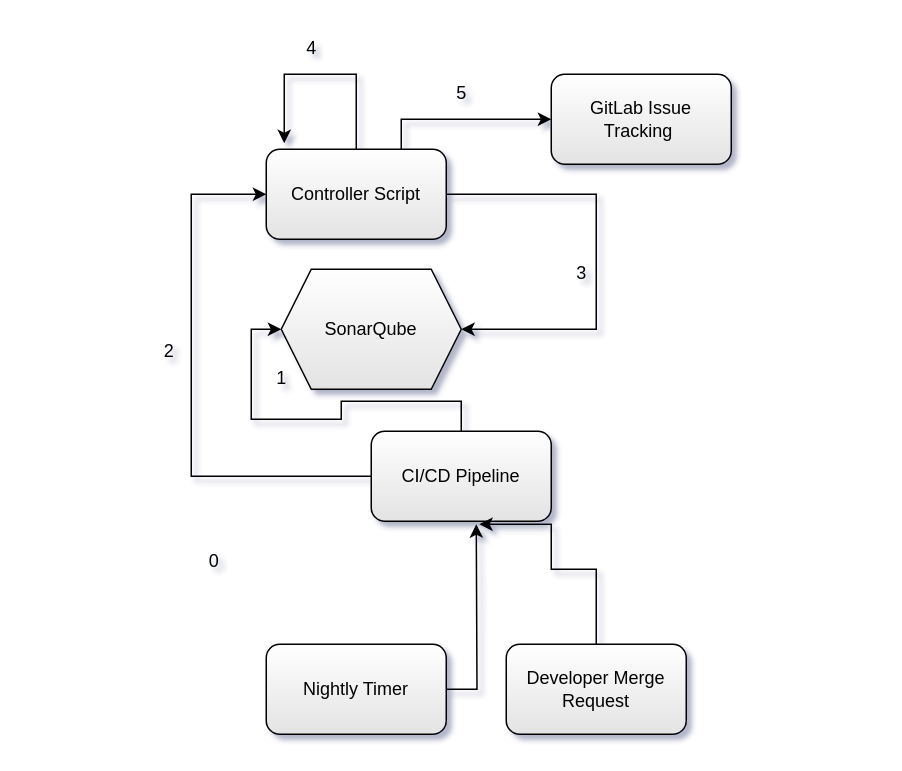
Earlier version of the draw.io diagram OrgXConfigDiagramEnhanced.drawio (zwadhams/SonarQubeJunk). Source tidied: cells renumbered, new cells numbered last; positions are measured from the earlier drawing's top-left corner, leaving out a move shared by most shapes. Both pictures are drawn from the tidied source at 150%, with x=0, y=0 at pixel (146, 26). Pictures stored in the file or linked from it are replaced by grey dashed boxes.
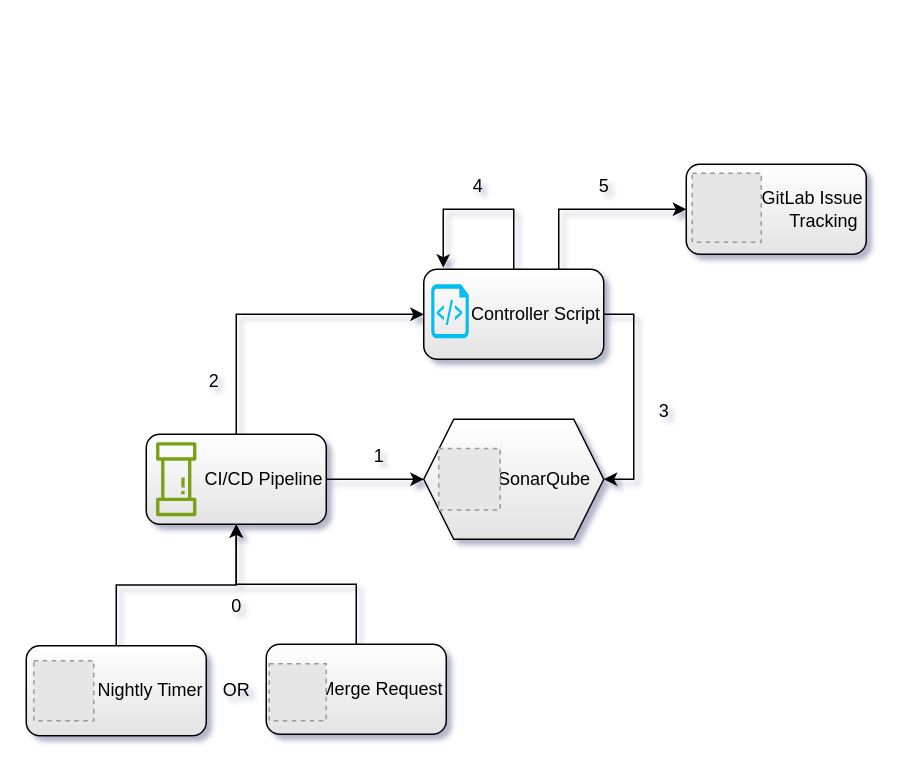
The same diagram, later.

Diff of the diagram source:
```diff
@@
-    <mxCell id="2" value="SonarQube" style="shape=hexagon;perimeter=hexagonPerimeter2;whiteSpace=wrap;html=1;fixedSize=1;gradientColor=#E3E3E3;" parent="1" vertex="1">
-      <mxGeometry x="90" y="162" width="120" height="80" as="geometry" />
+    <mxCell id="2" value="SonarQube&amp;nbsp;&amp;nbsp;" style="shape=hexagon;perimeter=hexagonPerimeter2;whiteSpace=wrap;html=1;fixedSize=1;gradientColor=#E3E3E3;align=right;" parent="1" vertex="1">
+      <mxGeometry x="185" y="262" width="120" height="80" as="geometry" />
     </mxCell>
-    <mxCell id="3" style="edgeStyle=orthogonalEdgeStyle;rounded=0;jettySize=auto;html=1;entryX=1;entryY=0.5;entryDx=0;entryDy=0;" parent="1" edge="1" source="5" target="2">
-      <mxGeometry relative="1" as="geometry">
-        <Array as="points">
-          <mxPoint x="300" y="112" />
-          <mxPoint x="300" y="202" />
-        </Array>
-      </mxGeometry>
+    <mxCell id="3" style="edgeStyle=orthogonalEdgeStyle;rounded=0;jettySize=auto;html=1;entryX=1;entryY=0.5;entryDx=0;entryDy=0;exitX=1;exitY=0.5;exitDx=0;exitDy=0;" parent="1" edge="1" source="5" target="2">
+      <mxGeometry relative="1" as="geometry" />
     </mxCell>
+    <mxCell id="9" style="edgeStyle=orthogonalEdgeStyle;rounded=0;orthogonalLoop=1;jettySize=auto;html=1;entryX=0.108;entryY=-0.017;entryDx=0;entryDy=0;entryPerimeter=0;" parent="1" edge="1" source="5" target="5">
+      <mxGeometry relative="1" as="geometry">
+        <Array as="points">
+          <mxPoint x="245" y="122" />
+          <mxPoint x="198" y="122" />
+        </Array>
+      </mxGeometry>
+    </mxCell>
@@
-    <mxCell id="5" value="Controller Script" style="rounded=1;whiteSpace=wrap;html=1;gradientColor=#E3E3E3;" parent="1" vertex="1">
-      <mxGeometry x="80" y="82" width="120" height="60" as="geometry" />
+    <mxCell id="5" value="Controller Script" style="rounded=1;whiteSpace=wrap;html=1;gradientColor=#E3E3E3;align=right;" parent="1" vertex="1">
+      <mxGeometry x="185" y="162" width="120" height="60" as="geometry" />
     </mxCell>
+    <mxCell id="7" style="edgeStyle=orthogonalEdgeStyle;rounded=0;jettySize=auto;html=1;entryX=0;entryY=0.5;entryDx=0;entryDy=0;" parent="1" edge="1" source="8" target="2">
+      <mxGeometry relative="1" as="geometry" />
+    </mxCell>
-    <mxCell id="6" style="edgeStyle=orthogonalEdgeStyle;rounded=0;jettySize=auto;html=1;entryX=0;entryY=0.5;entryDx=0;entryDy=0;" parent="1" edge="1" source="8" target="5">
-      <mxGeometry relative="1" as="geometry">
-        <Array as="points">
-          <mxPoint x="30" y="112" />
-        </Array>
-      </mxGeometry>
+    <mxCell id="6" style="edgeStyle=orthogonalEdgeStyle;rounded=0;jettySize=auto;html=1;entryX=0;entryY=0.5;entryDx=0;entryDy=0;exitX=0.5;exitY=0;exitDx=0;exitDy=0;" parent="1" edge="1" source="8" target="5">
+      <mxGeometry relative="1" as="geometry" />
     </mxCell>
-    <mxCell id="7" style="edgeStyle=orthogonalEdgeStyle;rounded=0;jettySize=auto;html=1;entryX=0;entryY=0.5;entryDx=0;entryDy=0;" parent="1" edge="1" source="8" target="2">
-      <mxGeometry relative="1" as="geometry" />
-    </mxCell>
-    <mxCell id="8" value="CI/CD Pipeline" style="rounded=1;whiteSpace=wrap;html=1;gradientColor=#E3E3E3;" parent="1" vertex="1">
-      <mxGeometry x="150" y="270" width="120" height="60" as="geometry" />
+    <mxCell id="8" value="CI/CD Pipeline" style="rounded=1;whiteSpace=wrap;html=1;gradientColor=#E3E3E3;align=right;" parent="1" vertex="1">
+      <mxGeometry y="272" width="120" height="60" as="geometry" />
     </mxCell>
-    <mxCell id="9" style="edgeStyle=orthogonalEdgeStyle;rounded=0;orthogonalLoop=1;jettySize=auto;html=1;entryX=0.1;entryY=-0.067;entryDx=0;entryDy=0;entryPerimeter=0;" parent="1" edge="1" source="5" target="5">
-      <mxGeometry relative="1" as="geometry">
-        <Array as="points">
-          <mxPoint x="140" y="32" />
-          <mxPoint x="92" y="32" />
-        </Array>
-      </mxGeometry>
-    </mxCell>
-    <mxCell id="10" value="GitLab Issue Tracking&amp;nbsp;" style="rounded=1;whiteSpace=wrap;html=1;gradientColor=#E3E3E3;" parent="1" vertex="1">
-      <mxGeometry x="270" y="32" width="120" height="60" as="geometry" />
+    <mxCell id="10" value="GitLab Issue Tracking&amp;nbsp;" style="rounded=1;whiteSpace=wrap;html=1;gradientColor=#E3E3E3;align=right;" parent="1" vertex="1">
+      <mxGeometry x="360" y="92" width="120" height="60" as="geometry" />
     </mxCell>
-    <mxCell id="11" style="edgeStyle=orthogonalEdgeStyle;rounded=0;jettySize=auto;html=1;" parent="1" edge="1" source="12">
-      <mxGeometry relative="1" as="geometry">
-        <mxPoint x="220" y="332" as="targetPoint" />
-      </mxGeometry>
-    </mxCell>
+    <mxCell id="21" style="edgeStyle=orthogonalEdgeStyle;rounded=0;jettySize=auto;html=1;entryX=0.5;entryY=1;entryDx=0;entryDy=0;" parent="1" edge="1" source="12" target="8">
+      <mxGeometry relative="1" as="geometry" />
+    </mxCell>
-    <mxCell id="12" value="Nightly Timer" style="rounded=1;whiteSpace=wrap;html=1;gradientColor=#E3E3E3;" parent="1" vertex="1">
-      <mxGeometry x="80" y="412" width="120" height="60" as="geometry" />
+    <mxCell id="12" value="Nightly Timer" style="rounded=1;whiteSpace=wrap;html=1;gradientColor=#E3E3E3;align=right;" parent="1" vertex="1">
+      <mxGeometry x="-80" y="413" width="120" height="60" as="geometry" />
     </mxCell>
-    <mxCell id="13" style="edgeStyle=orthogonalEdgeStyle;rounded=0;jettySize=auto;html=1;entryX=0.6;entryY=1.033;entryDx=0;entryDy=0;entryPerimeter=0;" parent="1" edge="1" source="14" target="8">
-      <mxGeometry relative="1" as="geometry">
-        <Array as="points">
-          <mxPoint x="300" y="362" />
-          <mxPoint x="270" y="362" />
-          <mxPoint x="270" y="332" />
-        </Array>
-      </mxGeometry>
+    <mxCell id="13" style="edgeStyle=orthogonalEdgeStyle;rounded=0;jettySize=auto;html=1;entryX=0.5;entryY=1;entryDx=0;entryDy=0;" parent="1" edge="1" source="14" target="8">
+      <mxGeometry relative="1" as="geometry" />
     </mxCell>
-    <mxCell id="14" value="Developer Merge Request" style="rounded=1;whiteSpace=wrap;html=1;gradientColor=#E3E3E3;" parent="1" vertex="1">
-      <mxGeometry x="240" y="412" width="120" height="60" as="geometry" />
+    <mxCell id="14" value="Merge Request" style="rounded=1;whiteSpace=wrap;html=1;gradientColor=#E3E3E3;align=right;" parent="1" vertex="1">
+      <mxGeometry x="80" y="412" width="120" height="60" as="geometry" />
     </mxCell>
     <mxCell id="15" value="0" style="text;html=1;align=center;verticalAlign=middle;strokeColor=none;fillColor=none;" parent="1" vertex="1">
-      <mxGeometry x="30" y="342" width="30" height="30" as="geometry" />
+      <mxGeometry x="45" y="372" width="30" height="30" as="geometry" />
     </mxCell>
     <mxCell id="16" value="2" style="text;html=1;align=center;verticalAlign=middle;strokeColor=none;fillColor=none;" parent="1" vertex="1">
-      <mxGeometry y="202" width="30" height="30" as="geometry" />
+      <mxGeometry x="30" y="222" width="30" height="30" as="geometry" />
     </mxCell>
     <mxCell id="17" value="1" style="text;html=1;align=center;verticalAlign=middle;strokeColor=none;fillColor=none;" parent="1" vertex="1">
-      <mxGeometry x="75" y="220" width="30" height="30" as="geometry" />
+      <mxGeometry x="140" y="272" width="30" height="30" as="geometry" />
     </mxCell>
     <mxCell id="18" value="3" style="text;html=1;align=center;verticalAlign=middle;strokeColor=none;fillColor=none;" parent="1" vertex="1">
-      <mxGeometry x="275" y="150" width="30" height="30" as="geometry" />
+      <mxGeometry x="330" y="242" width="30" height="30" as="geometry" />
     </mxCell>
     <mxCell id="19" value="4" style="text;html=1;align=center;verticalAlign=middle;strokeColor=none;fillColor=none;" parent="1" vertex="1">
-      <mxGeometry x="95" width="30" height="30" as="geometry" />
+      <mxGeometry x="206" y="92" width="30" height="30" as="geometry" />
     </mxCell>
     <mxCell id="20" value="5" style="text;html=1;align=center;verticalAlign=middle;strokeColor=none;fillColor=none;" parent="1" vertex="1">
-      <mxGeometry x="195" y="30" width="30" height="30" as="geometry" />
+      <mxGeometry x="290" y="92" width="30" height="30" as="geometry" />
     </mxCell>
+    <mxCell id="22" style="fillColor=#E6E6E6;strokeColor=#999999;dashed=1;html=1;verticalAlign=top;verticalLabelPosition=bottom;labelBackgroundColor=#ffffff;" parent="1" vertex="1">
+      <mxGeometry x="82" y="425" width="38" height="38" as="geometry" />
+    </mxCell>
+    <mxCell id="23" style="fillColor=#E6E6E6;strokeColor=#999999;dashed=1;html=1;verticalAlign=top;verticalLabelPosition=bottom;labelBackgroundColor=#ffffff;" parent="1" vertex="1">
+      <mxGeometry x="-75" y="423" width="40" height="40" as="geometry" />
+    </mxCell>
+    <mxCell id="24" value="OR" style="text;html=1;align=center;verticalAlign=middle;strokeColor=none;fillColor=none;" parent="1" vertex="1">
+      <mxGeometry x="40" y="428" width="40" height="30" as="geometry" />
+    </mxCell>
+    <mxCell id="25" style="sketch=0;fontColor=#232F3E;gradientColor=none;fillColor=#7AA116;strokeColor=none;dashed=0;verticalLabelPosition=bottom;verticalAlign=top;align=center;html=1;fontSize=12;fontStyle=0;shape=mxgraph.aws4.iot_analytics_pipeline;rotation=90;" parent="1" vertex="1">
+      <mxGeometry x="-5" y="288.5" width="50" height="26.9" as="geometry" />
+    </mxCell>
+    <mxCell id="26" style="fillColor=#E6E6E6;strokeColor=#999999;dashed=1;verticalLabelPosition=bottom;labelBackgroundColor=default;verticalAlign=top;" parent="1" vertex="1">
+      <mxGeometry x="195" y="281.5" width="41" height="41" as="geometry" />
+    </mxCell>
+    <mxCell id="27" style="verticalLabelPosition=bottom;html=1;verticalAlign=top;align=center;strokeColor=none;fillColor=#00BEF2;shape=mxgraph.azure.script_file;" parent="1" vertex="1">
+      <mxGeometry x="190" y="172" width="25" height="36" as="geometry" />
+    </mxCell>
+    <mxCell id="28" style="fillColor=#E6E6E6;strokeColor=#999999;dashed=1;html=1;verticalAlign=top;verticalLabelPosition=bottom;labelBackgroundColor=#ffffff;" parent="1" vertex="1">
+      <mxGeometry x="364" y="98" width="46" height="46" as="geometry" />
+    </mxCell>
```
